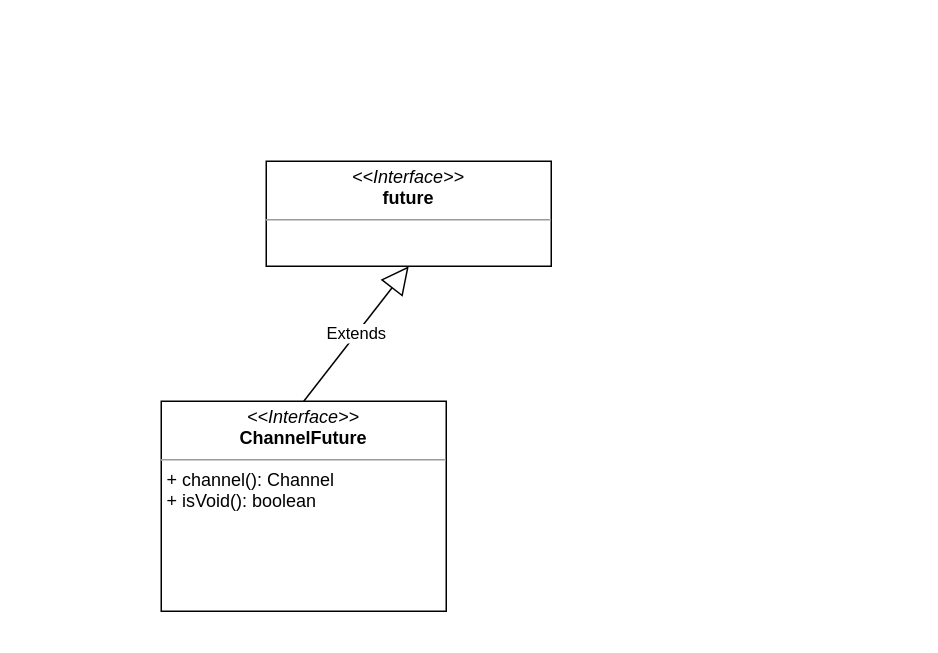
This is page "Future/Promise" (3 of 3) of netty.drawio from Echidnaaa/draw, a draw.io file, before an edit. Source tidied: cells renumbered, new cells numbered last; positions are measured from the earlier drawing's top-left corner, leaving out a move shared by most shapes. Both pictures are drawn from the tidied source at 150%, with x=0, y=0 at pixel (160, 160).
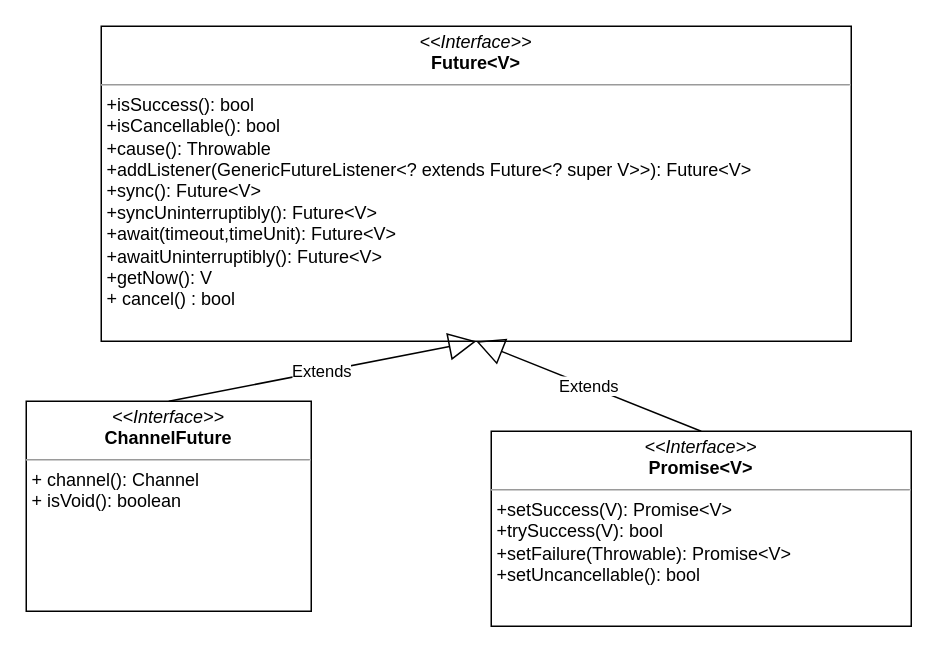
The same page after the edit.

The edit, as a diff of the source:
```diff
@@
 <mxGraphModel>
   <root>
     <mxCell id="0" />
     <mxCell id="1" parent="0" />
-    <mxCell id="2" value="&lt;p style=&quot;margin: 0px ; margin-top: 4px ; text-align: center&quot;&gt;&lt;i&gt;&amp;lt;&amp;lt;Interface&amp;gt;&amp;gt;&lt;/i&gt;&lt;br&gt;&lt;b&gt;future&lt;/b&gt;&lt;/p&gt;&lt;hr size=&quot;1&quot;&gt;&lt;p style=&quot;margin: 0px ; margin-left: 4px&quot;&gt;&lt;br&gt;&lt;/p&gt;" style="verticalAlign=top;align=left;overflow=fill;fontSize=12;fontFamily=Helvetica;html=1;" parent="1" vertex="1">
-      <mxGeometry x="70" width="190" height="70" as="geometry" />
+    <mxCell id="2" value="&lt;p style=&quot;margin: 0px ; margin-top: 4px ; text-align: center&quot;&gt;&lt;i&gt;&amp;lt;&amp;lt;Interface&amp;gt;&amp;gt;&lt;/i&gt;&lt;br&gt;&lt;b&gt;Future&amp;lt;V&amp;gt;&lt;/b&gt;&lt;/p&gt;&lt;hr size=&quot;1&quot;&gt;&lt;p style=&quot;margin: 0px ; margin-left: 4px&quot;&gt;+isSuccess(): bool&lt;/p&gt;&lt;p style=&quot;margin: 0px ; margin-left: 4px&quot;&gt;+isCancellable(): bool&lt;/p&gt;&lt;p style=&quot;margin: 0px ; margin-left: 4px&quot;&gt;+cause(): Throwable&lt;/p&gt;&lt;p style=&quot;margin: 0px ; margin-left: 4px&quot;&gt;+addListener(GenericFutureListener&amp;lt;? extends Future&amp;lt;? super V&amp;gt;&amp;gt;): Future&amp;lt;V&amp;gt;&lt;/p&gt;&lt;p style=&quot;margin: 0px ; margin-left: 4px&quot;&gt;+sync(): Future&amp;lt;V&amp;gt;&lt;/p&gt;&lt;p style=&quot;margin: 0px ; margin-left: 4px&quot;&gt;+syncUninterruptibly(): Future&amp;lt;V&amp;gt;&lt;/p&gt;&lt;p style=&quot;margin: 0px ; margin-left: 4px&quot;&gt;+await(timeout,timeUnit): Future&amp;lt;V&amp;gt;&lt;/p&gt;&lt;p style=&quot;margin: 0px ; margin-left: 4px&quot;&gt;+awaitUninterruptibly(): Future&amp;lt;V&amp;gt;&lt;/p&gt;&lt;p style=&quot;margin: 0px ; margin-left: 4px&quot;&gt;+getNow(): V&lt;/p&gt;&lt;p style=&quot;margin: 0px ; margin-left: 4px&quot;&gt;+ cancel() : bool&lt;/p&gt;" style="verticalAlign=top;align=left;overflow=fill;fontSize=12;fontFamily=Helvetica;html=1;" parent="1" vertex="1">
+      <mxGeometry x="-40" y="-90" width="500" height="210" as="geometry" />
     </mxCell>
     <mxCell id="3" value="&lt;p style=&quot;margin: 0px ; margin-top: 4px ; text-align: center&quot;&gt;&lt;i&gt;&amp;lt;&amp;lt;Interface&amp;gt;&amp;gt;&lt;/i&gt;&lt;br&gt;&lt;b&gt;ChannelFuture&lt;/b&gt;&lt;/p&gt;&lt;hr size=&quot;1&quot;&gt;&lt;p style=&quot;margin: 0px ; margin-left: 4px&quot;&gt;+ channel(): Channel&lt;/p&gt;&lt;p style=&quot;margin: 0px ; margin-left: 4px&quot;&gt;+ isVoid(): boolean&lt;/p&gt;" style="verticalAlign=top;align=left;overflow=fill;fontSize=12;fontFamily=Helvetica;html=1;" parent="1" vertex="1">
-      <mxGeometry y="160" width="190" height="140" as="geometry" />
+      <mxGeometry x="-90" y="160" width="190" height="140" as="geometry" />
     </mxCell>
     <mxCell id="4" value="Extends" style="endArrow=block;endSize=16;endFill=0;html=1;entryX=0.5;entryY=1;entryDx=0;entryDy=0;exitX=0.5;exitY=0;exitDx=0;exitDy=0;" parent="1" edge="1" source="3" target="2">
       <mxGeometry relative="1" as="geometry" />
     </mxCell>
+    <mxCell id="5" value="&lt;p style=&quot;margin: 0px ; margin-top: 4px ; text-align: center&quot;&gt;&lt;i&gt;&amp;lt;&amp;lt;Interface&amp;gt;&amp;gt;&lt;/i&gt;&lt;br&gt;&lt;b&gt;Promise&amp;lt;V&amp;gt;&lt;/b&gt;&lt;/p&gt;&lt;hr size=&quot;1&quot;&gt;&lt;p style=&quot;margin: 0px ; margin-left: 4px&quot;&gt;+setSuccess(V): Promise&amp;lt;V&amp;gt;&lt;/p&gt;&lt;p style=&quot;margin: 0px ; margin-left: 4px&quot;&gt;+trySuccess(V): bool&lt;/p&gt;&lt;p style=&quot;margin: 0px ; margin-left: 4px&quot;&gt;+setFailure(Throwable): Promise&amp;lt;V&amp;gt;&lt;/p&gt;&lt;p style=&quot;margin: 0px ; margin-left: 4px&quot;&gt;+setUncancellable(): bool&lt;/p&gt;&lt;p style=&quot;margin: 0px ; margin-left: 4px&quot;&gt;&lt;br&gt;&lt;/p&gt;" style="verticalAlign=top;align=left;overflow=fill;fontSize=12;fontFamily=Helvetica;html=1;" parent="1" vertex="1">
+      <mxGeometry x="220" y="180" width="280" height="130" as="geometry" />
+    </mxCell>
+    <mxCell id="6" value="Extends" style="endArrow=block;endSize=16;endFill=0;html=1;exitX=0.5;exitY=0;exitDx=0;exitDy=0;entryX=0.5;entryY=1;entryDx=0;entryDy=0;" parent="1" edge="1" source="5" target="2">
+      <mxGeometry relative="1" as="geometry" />
+    </mxCell>
   </root>
 </mxGraphModel>
```
